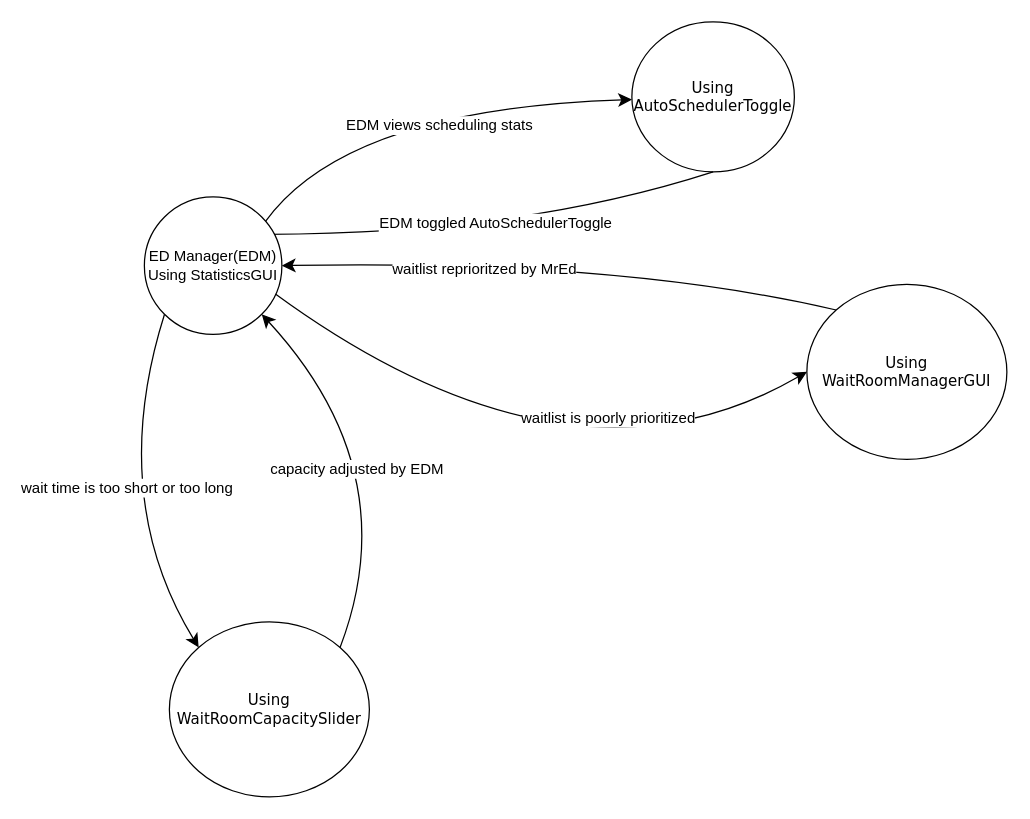
The draw.io diagram EliorWork/drawios/ED_Manager_SMD.drawio in SENG-350-2024-fall/Team9, before the edit. Source tidied: cells renumbered, new cells numbered last; positions are measured from the earlier drawing's top-left corner, leaving out a move shared by most shapes. Both pictures are drawn from the tidied source at 125%, with x=0, y=0 at pixel (106, 21).
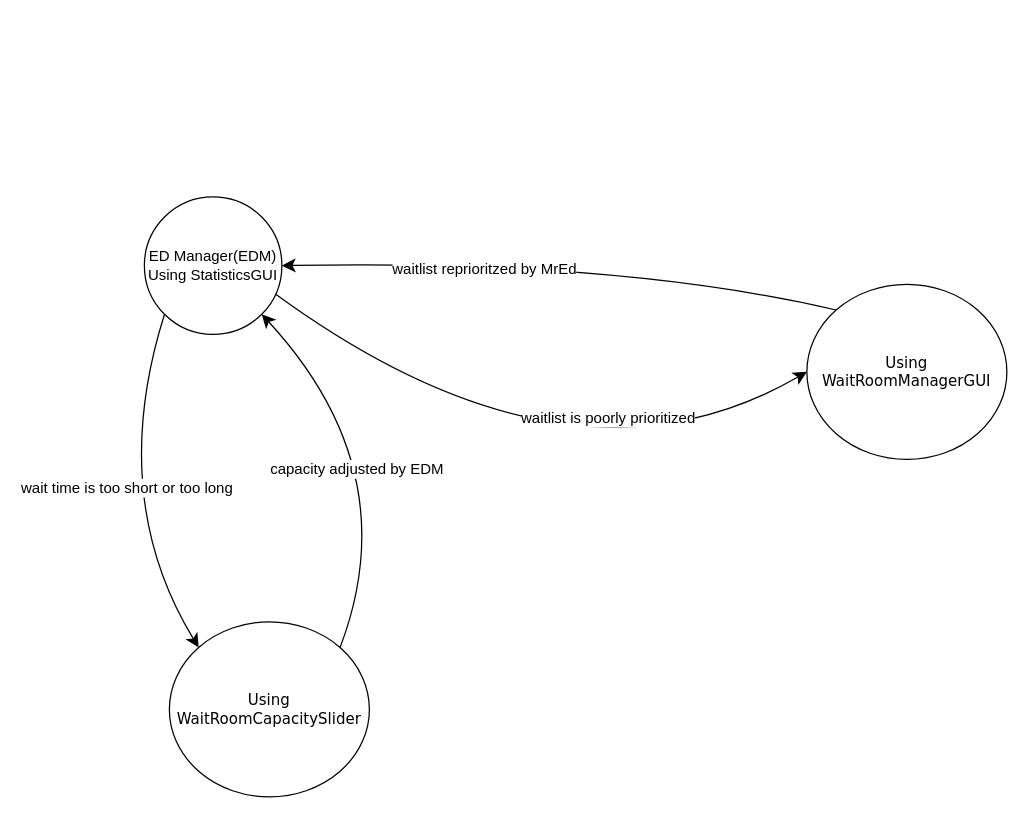
The same page after the edit.

Diff of the diagram source:
```diff
@@
-    <mxCell id="2" style="edgeStyle=none;curved=1;rounded=0;jettySize=auto;html=1;fontSize=12;startSize=8;endSize=8;exitX=0.5;exitY=0;exitDx=0;exitDy=0;" parent="1" edge="1" target="8">
-      <mxGeometry relative="1" as="geometry">
-        <mxPoint x="120" y="170" as="sourcePoint" />
-        <Array as="points">
-          <mxPoint x="180" y="70" />
-        </Array>
-      </mxGeometry>
-    </mxCell>
-    <mxCell id="3" value="EDM views scheduling stats" style="edgeLabel;html=1;align=center;verticalAlign=middle;fontSize=12;" parent="2" vertex="1">
-      <mxGeometry x="0.13" y="-15" relative="1" as="geometry" />
-    </mxCell>
@@
-    <mxCell id="8" value="Using AutoSchedulerToggle" style="rounded=1;whiteSpace=wrap;html=1;arcSize=24;shadow=0;comic=0;labelBackgroundColor=none;fontFamily=Verdana;fontSize=12;align=center;shape=ellipse;perimeter=ellipsePerimeter;" parent="1" vertex="1">
-      <mxGeometry x="420" width="130" height="120" as="geometry" />
-    </mxCell>
-    <mxCell id="9" style="edgeStyle=none;jettySize=auto;html=1;rounded=0;fontSize=12;startSize=8;endSize=8;curved=1;exitX=0.5;exitY=1;exitDx=0;exitDy=0;entryX=0.5;entryY=0;entryDx=0;entryDy=0;" parent="1" edge="1" source="8">
-      <mxGeometry relative="1" as="geometry">
-        <mxPoint x="120" y="170" as="targetPoint" />
-        <Array as="points">
-          <mxPoint x="330" y="170" />
-        </Array>
-      </mxGeometry>
-    </mxCell>
-    <mxCell id="10" value="EDM toggled AutoSchedulerToggle" style="edgeLabel;html=1;align=center;verticalAlign=middle;fontSize=12;" parent="9" vertex="1">
-      <mxGeometry x="0.04" y="-38" relative="1" as="geometry">
-        <mxPoint x="12" y="28" as="offset" />
-      </mxGeometry>
-    </mxCell>
```
